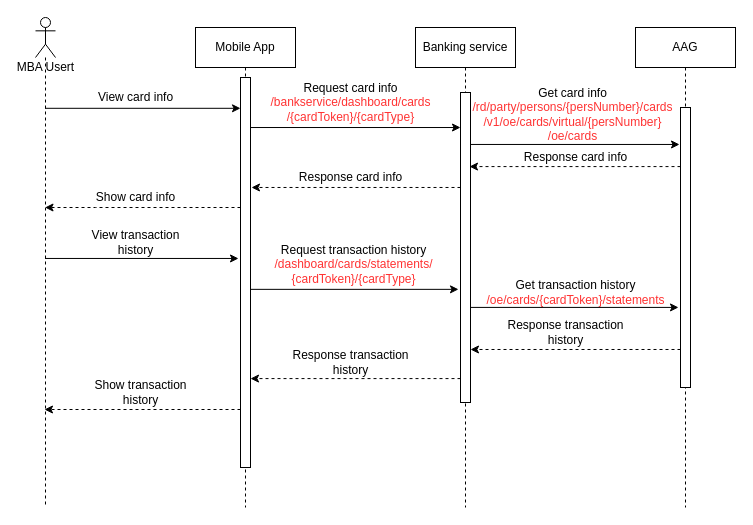
lyminh1994/diagram keeps this draw.io diagram as page "View-card" (6 of 14) of Sequence Diagram.drawio. Above is the earlier version. Source tidied: cells renumbered, new cells numbered last; positions are measured from the earlier drawing's top-left corner, leaving out a move shared by most shapes. Both pictures are drawn from the tidied source at 100%, with x=0, y=0 at pixel (35, 17).
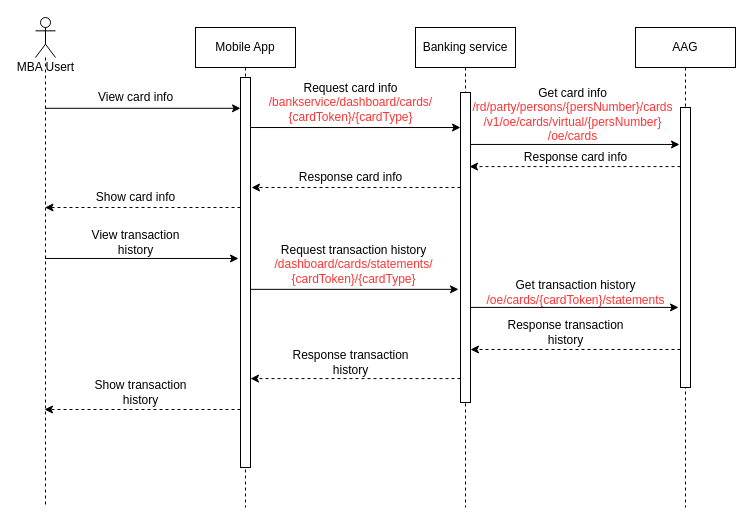
The same page after the edit.

The edit, as a diff of the source:
```diff
@@
-    <mxCell id="8" value="Request card info&lt;br&gt;&lt;font color=&quot;#ff3333&quot;&gt;/bankservice/dashboard/cards&lt;br&gt;/{cardToken}/{cardType}&lt;/font&gt;" style="text;html=1;align=center;verticalAlign=middle;strokeColor=none;" parent="1" vertex="1">
+    <mxCell id="8" value="Request card info&lt;br&gt;&lt;font color=&quot;#ff3333&quot;&gt;/bankservice/dashboard/cards/&lt;br&gt;{cardToken}/{cardType}&lt;/font&gt;" style="text;html=1;align=center;verticalAlign=middle;strokeColor=none;" parent="1" vertex="1">
       <mxGeometry x="225" y="60" width="180" height="50" as="geometry" />
     </mxCell>
```
